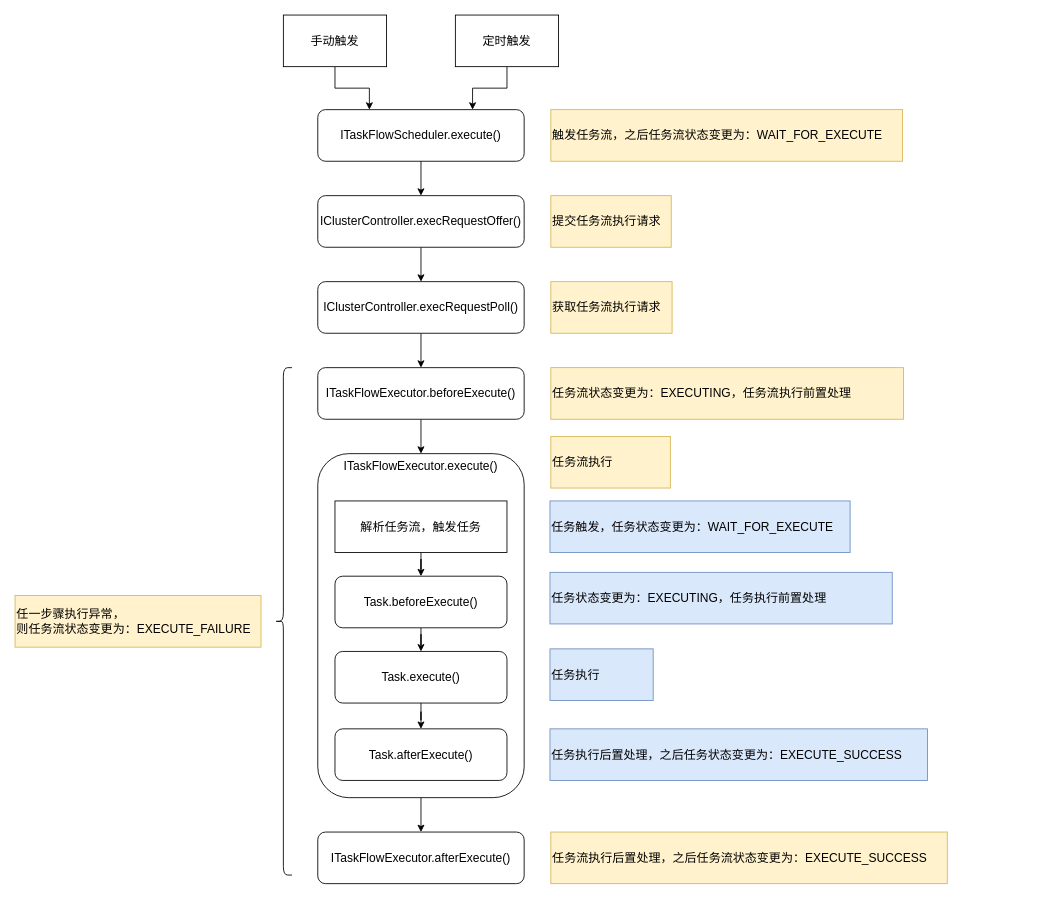
This is docs/任务流执行生命周期.drawio from kpali/wolf-flow, a draw.io file, before an edit. Source tidied: cells renumbered, new cells numbered last; positions are measured from the earlier drawing's top-left corner, leaving out a move shared by most shapes. Both pictures are drawn from the tidied source at 86%, with x=0, y=0 at pixel (15, 15).
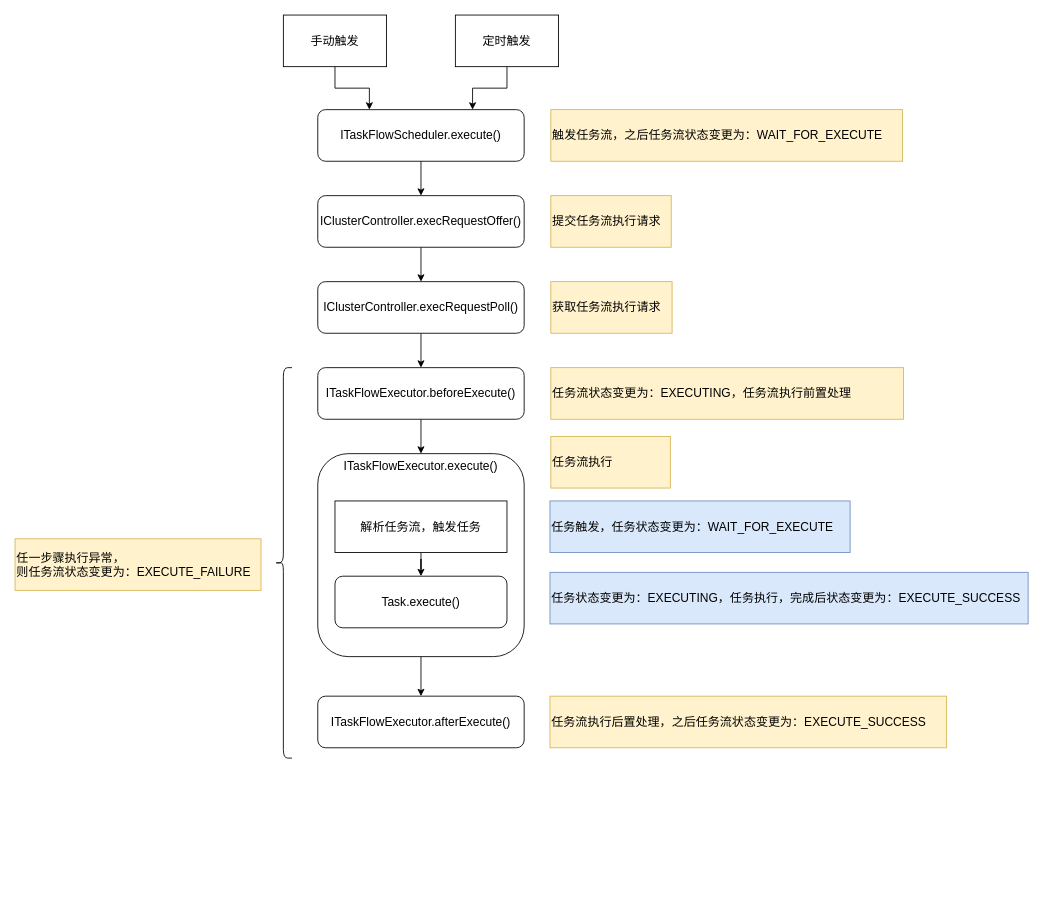
Above is the later version.

What changed in the source:
```diff
@@
     <mxCell id="15" value="ITaskFlowExecutor.execute()" style="rounded=1;whiteSpace=wrap;html=1;verticalAlign=top;fontSize=14;spacingRight=0;" parent="1" vertex="1">
-      <mxGeometry x="352" y="510" width="240" height="400" as="geometry" />
+      <mxGeometry x="352" y="510" width="240" height="236" as="geometry" />
     </mxCell>
     <mxCell id="16" value="ITaskFlowExecutor.afterExecute()" style="rounded=1;whiteSpace=wrap;html=1;fontSize=14;spacingRight=0;" parent="1" vertex="1">
-      <mxGeometry x="352" y="950" width="240" height="60" as="geometry" />
+      <mxGeometry x="352" y="792" width="240" height="60" as="geometry" />
     </mxCell>
@@
     <mxCell id="21" value="任务流执行后置处理，之后任务流状态变更为：EXECUTE_SUCCESS" style="rounded=0;whiteSpace=wrap;html=1;fillColor=#fff2cc;strokeColor=#d6b656;fontSize=14;spacingRight=0;align=left;" parent="1" vertex="1">
-      <mxGeometry x="623" y="950" width="461" height="60" as="geometry" />
+      <mxGeometry x="622" y="792" width="461" height="60" as="geometry" />
     </mxCell>
@@
     <mxCell id="23" style="shape=curlyBracket;whiteSpace=wrap;html=1;rounded=1;fontSize=14;spacingRight=0;" parent="1" vertex="1">
-      <mxGeometry x="302" y="410" width="20" height="590" as="geometry" />
+      <mxGeometry x="302" y="410" width="20" height="454" as="geometry" />
     </mxCell>
     <mxCell id="24" value="任一步骤执行异常，&lt;br&gt;则任务流状态变更为：EXECUTE_FAILURE" style="rounded=0;whiteSpace=wrap;html=1;fillColor=#fff2cc;strokeColor=#d6b656;fontSize=14;spacingRight=0;align=left;" parent="1" vertex="1">
-      <mxGeometry y="675" width="286" height="60" as="geometry" />
+      <mxGeometry y="609" width="286" height="60" as="geometry" />
     </mxCell>
@@
-    <mxCell id="26" style="edgeStyle=orthogonalEdgeStyle;rounded=0;jettySize=auto;html=1;fontSize=14;spacingRight=0;" parent="1" edge="1" source="27" target="29">
-      <mxGeometry relative="1" as="geometry" />
-    </mxCell>
-    <mxCell id="27" value="Task.beforeExecute()" style="rounded=1;whiteSpace=wrap;html=1;fontSize=14;spacingRight=0;" parent="1" vertex="1">
+    <mxCell id="27" value="Task.execute()" style="rounded=1;whiteSpace=wrap;html=1;fontSize=14;spacingRight=0;" parent="1" vertex="1">
       <mxGeometry x="372" y="652.5" width="200" height="60" as="geometry" />
     </mxCell>
-    <mxCell id="28" style="edgeStyle=orthogonalEdgeStyle;rounded=0;jettySize=auto;html=1;fontSize=14;spacingRight=0;" parent="1" edge="1" source="29" target="30">
-      <mxGeometry relative="1" as="geometry" />
-    </mxCell>
-    <mxCell id="29" value="Task.execute()" style="rounded=1;whiteSpace=wrap;html=1;fontSize=14;spacingRight=0;" parent="1" vertex="1">
-      <mxGeometry x="372" y="740" width="200" height="60" as="geometry" />
-    </mxCell>
-    <mxCell id="30" value="Task.afterExecute()" style="rounded=1;whiteSpace=wrap;html=1;fontSize=14;spacingRight=0;" parent="1" vertex="1">
-      <mxGeometry x="372" y="830" width="200" height="60" as="geometry" />
-    </mxCell>
-    <mxCell id="31" value="任务状态变更为：EXECUTING，任务执行前置处理" style="rounded=0;whiteSpace=wrap;html=1;fillColor=#dae8fc;strokeColor=#6c8ebf;fontSize=14;spacingRight=0;align=left;" parent="1" vertex="1">
-      <mxGeometry x="622" y="648" width="398" height="60" as="geometry" />
+    <mxCell id="31" value="任务状态变更为：EXECUTING，任务执行，完成后状态变更为：EXECUTE_SUCCESS" style="rounded=0;whiteSpace=wrap;html=1;fillColor=#dae8fc;strokeColor=#6c8ebf;fontSize=14;spacingRight=0;align=left;" parent="1" vertex="1">
+      <mxGeometry x="622" y="648" width="556" height="60" as="geometry" />
     </mxCell>
-    <mxCell id="32" value="任务执行" style="rounded=0;whiteSpace=wrap;html=1;fillColor=#dae8fc;strokeColor=#6c8ebf;fontSize=14;spacingRight=0;align=left;" parent="1" vertex="1">
-      <mxGeometry x="622" y="737" width="120" height="60" as="geometry" />
-    </mxCell>
-    <mxCell id="33" value="任务执行后置处理，之后任务状态变更为：EXECUTE_SUCCESS" style="rounded=0;whiteSpace=wrap;html=1;fillColor=#dae8fc;strokeColor=#6c8ebf;fontSize=14;spacingRight=0;align=left;" parent="1" vertex="1">
-      <mxGeometry x="622" y="830" width="439" height="60" as="geometry" />
-    </mxCell>
```
